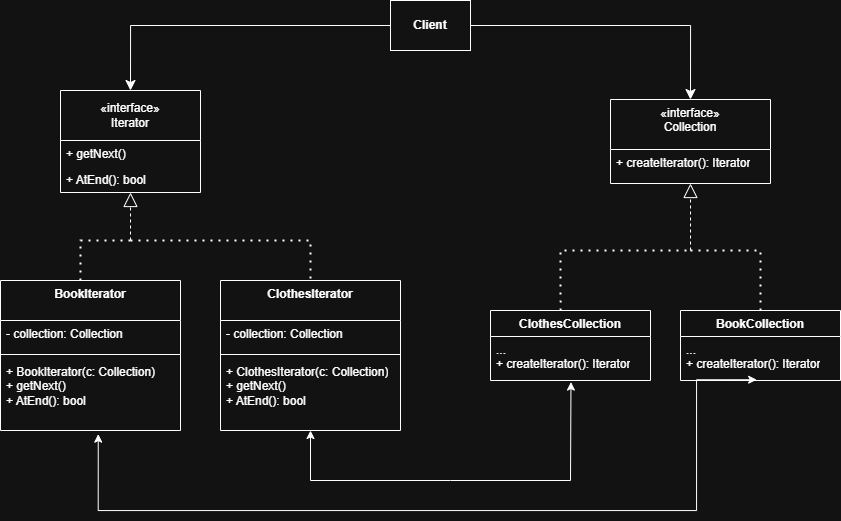
Earlier version of the draw.io export Iterator/Diagram/Iterator.drawio.png (namkiet/Seminar-CS202). Source tidied: cells renumbered, new cells last; positions are measured from the earlier drawing's top-left corner, leaving out a move shared by most shapes. Source of this version:
```xml
<mxGraphModel>
  <root>
    <mxCell id="0" />
    <mxCell id="1" parent="0" />
    <mxCell id="2" value="&lt;b&gt;Client&lt;/b&gt;" style="html=1;whiteSpace=wrap;" parent="1" vertex="1">
      <mxGeometry x="390" width="80" height="50" as="geometry" />
    </mxCell>
    <mxCell id="3" value="«interface»&lt;div&gt;Iterator&lt;/div&gt;" style="swimlane;fontStyle=0;horizontal=1;startSize=50;fillColor=none;whiteSpace=wrap;html=1;" parent="1" vertex="1">
      <mxGeometry x="60" y="90" width="140" height="102" as="geometry" />
    </mxCell>
    <mxCell id="4" value="+ getNext()" style="text;strokeColor=none;fillColor=none;align=left;verticalAlign=top;spacingLeft=4;spacingRight=4;overflow=hidden;whiteSpace=wrap;html=1;" parent="3" vertex="1">
      <mxGeometry y="50" width="140" height="26" as="geometry" />
    </mxCell>
    <mxCell id="5" value="+ AtEnd(): bool" style="text;strokeColor=none;fillColor=none;align=left;verticalAlign=top;spacingLeft=4;spacingRight=4;overflow=hidden;points=[[0,0.5],[1,0.5]];portConstraint=eastwest;whiteSpace=wrap;html=1;" parent="3" vertex="1">
      <mxGeometry y="76" width="140" height="26" as="geometry" />
    </mxCell>
    <mxCell id="6" value="&lt;span style=&quot;font-weight: 400;&quot;&gt;«interface»&lt;/span&gt;&lt;div style=&quot;font-weight: 400;&quot;&gt;Collection&lt;/div&gt;" style="swimlane;fontStyle=1;align=center;verticalAlign=top;horizontal=1;startSize=50;whiteSpace=wrap;html=1;" parent="1" vertex="1">
      <mxGeometry x="610" y="99" width="160" height="84" as="geometry" />
    </mxCell>
    <mxCell id="7" value="+ createIterator(): Iterator" style="text;strokeColor=none;fillColor=none;align=left;verticalAlign=top;spacingLeft=4;spacingRight=4;overflow=hidden;whiteSpace=wrap;html=1;" parent="6" vertex="1">
      <mxGeometry y="50" width="160" height="34" as="geometry" />
    </mxCell>
    <mxCell id="8" style="endArrow=classic;html=1;rounded=0;fontSize=12;startSize=8;endSize=8;entryX=0.5;entryY=0;entryDx=0;entryDy=0;exitX=0;exitY=0.5;exitDx=0;exitDy=0;edgeStyle=orthogonalEdgeStyle;" parent="1" edge="1" source="2" target="3">
      <mxGeometry relative="1" as="geometry" />
    </mxCell>
    <mxCell id="9" style="endArrow=classic;html=1;rounded=0;fontSize=12;startSize=8;endSize=8;entryX=0.5;entryY=0;entryDx=0;entryDy=0;exitX=1;exitY=0.5;exitDx=0;exitDy=0;edgeStyle=orthogonalEdgeStyle;" parent="1" edge="1" source="2" target="6">
      <mxGeometry relative="1" as="geometry" />
    </mxCell>
    <mxCell id="10" style="endArrow=classic;html=1;rounded=0;fontSize=12;startSize=8;endSize=8;curved=1;entryX=0.506;entryY=1.154;entryDx=0;entryDy=0;entryPerimeter=0;" parent="1" edge="1" target="5">
      <mxGeometry relative="1" as="geometry">
        <mxPoint x="131" y="196" as="sourcePoint" />
      </mxGeometry>
    </mxCell>
    <mxCell id="11" style="endArrow=block;dashed=1;endFill=0;endSize=12;html=1;rounded=0;fontSize=12;entryX=0.5;entryY=1;entryDx=0;entryDy=0;" parent="1" edge="1" target="6">
      <mxGeometry relative="1" as="geometry">
        <mxPoint x="690" y="250" as="sourcePoint" />
      </mxGeometry>
    </mxCell>
    <mxCell id="12" value="&lt;div style=&quot;&quot;&gt;BookIterator&lt;/div&gt;" style="swimlane;fontStyle=1;align=center;verticalAlign=top;horizontal=1;startSize=40;whiteSpace=wrap;html=1;" parent="1" vertex="1">
      <mxGeometry y="280" width="180" height="150" as="geometry" />
    </mxCell>
    <mxCell id="13" value="- collection: Collection" style="text;strokeColor=none;fillColor=none;align=left;verticalAlign=top;spacingLeft=4;spacingRight=4;overflow=hidden;whiteSpace=wrap;html=1;" parent="12" vertex="1">
      <mxGeometry y="40" width="180" height="30" as="geometry" />
    </mxCell>
    <mxCell id="14" style="line;strokeWidth=1;fillColor=none;align=left;verticalAlign=middle;spacingTop=-1;spacingLeft=3;spacingRight=3;labelPosition=right;strokeColor=inherit;" parent="12" vertex="1">
      <mxGeometry y="70" width="180" height="8" as="geometry" />
    </mxCell>
    <mxCell id="15" value="+ BookIterator(c: Collection)&lt;div&gt;+ getNext()&lt;/div&gt;&lt;div&gt;+ AtEnd(): bool&lt;/div&gt;" style="text;strokeColor=none;fillColor=none;align=left;verticalAlign=top;spacingLeft=4;spacingRight=4;overflow=hidden;points=[[0,0.5],[1,0.5]];portConstraint=eastwest;whiteSpace=wrap;html=1;" parent="12" vertex="1">
      <mxGeometry y="78" width="180" height="72" as="geometry" />
    </mxCell>
    <mxCell id="16" value="BookCollection" style="swimlane;fontStyle=1;align=center;verticalAlign=top;horizontal=1;startSize=26;whiteSpace=wrap;html=1;" parent="1" vertex="1">
      <mxGeometry x="680" y="310" width="160" height="70" as="geometry" />
    </mxCell>
    <mxCell id="17" value="&lt;div&gt;...&lt;/div&gt;+ createIterator(): Iterator" style="text;strokeColor=none;fillColor=none;align=left;verticalAlign=top;spacingLeft=4;spacingRight=4;overflow=hidden;points=[[0,0.5],[1,0.5]];portConstraint=eastwest;whiteSpace=wrap;html=1;" parent="16" vertex="1">
      <mxGeometry y="26" width="160" height="44" as="geometry" />
    </mxCell>
    <mxCell id="18" value="&lt;div style=&quot;&quot;&gt;ClothesIterator&lt;/div&gt;" style="swimlane;fontStyle=1;align=center;verticalAlign=top;horizontal=1;startSize=40;whiteSpace=wrap;html=1;" parent="1" vertex="1">
      <mxGeometry x="220" y="280" width="180" height="150" as="geometry" />
    </mxCell>
    <mxCell id="19" value="- collection: Collection" style="text;strokeColor=none;fillColor=none;align=left;verticalAlign=top;spacingLeft=4;spacingRight=4;overflow=hidden;whiteSpace=wrap;html=1;" parent="18" vertex="1">
      <mxGeometry y="40" width="180" height="30" as="geometry" />
    </mxCell>
    <mxCell id="20" style="line;strokeWidth=1;fillColor=none;align=left;verticalAlign=middle;spacingTop=-1;spacingLeft=3;spacingRight=3;labelPosition=right;strokeColor=inherit;" parent="18" vertex="1">
      <mxGeometry y="70" width="180" height="8" as="geometry" />
    </mxCell>
    <mxCell id="21" value="+ ClothesIterator(c: Collection)&lt;div&gt;+ getNext()&lt;/div&gt;&lt;div&gt;+ AtEnd(): bool&lt;/div&gt;" style="text;strokeColor=none;fillColor=none;align=left;verticalAlign=top;spacingLeft=4;spacingRight=4;overflow=hidden;points=[[0,0.5],[1,0.5]];portConstraint=eastwest;whiteSpace=wrap;html=1;" parent="18" vertex="1">
      <mxGeometry y="78" width="180" height="72" as="geometry" />
    </mxCell>
    <mxCell id="22" style="endArrow=classic;startArrow=classic;html=1;rounded=0;exitX=0.543;exitY=1.05;exitDx=0;exitDy=0;exitPerimeter=0;entryX=0.476;entryY=0.982;entryDx=0;entryDy=0;entryPerimeter=0;edgeStyle=orthogonalEdgeStyle;" parent="1" edge="1" source="15" target="17">
      <mxGeometry relative="1" as="geometry">
        <Array as="points">
          <mxPoint x="98" y="510" />
          <mxPoint x="696" y="510" />
          <mxPoint x="696" y="379" />
        </Array>
      </mxGeometry>
    </mxCell>
    <mxCell id="23" value="ClothesCollection" style="swimlane;fontStyle=1;align=center;verticalAlign=top;horizontal=1;startSize=26;whiteSpace=wrap;html=1;" parent="1" vertex="1">
      <mxGeometry x="490" y="310" width="160" height="70" as="geometry" />
    </mxCell>
    <mxCell id="24" value="&lt;div&gt;...&lt;/div&gt;+ createIterator(): Iterator" style="text;strokeColor=none;fillColor=none;align=left;verticalAlign=top;spacingLeft=4;spacingRight=4;overflow=hidden;points=[[0,0.5],[1,0.5]];portConstraint=eastwest;whiteSpace=wrap;html=1;" parent="23" vertex="1">
      <mxGeometry y="26" width="160" height="44" as="geometry" />
    </mxCell>
    <mxCell id="25" style="endArrow=block;dashed=1;endFill=0;endSize=12;html=1;rounded=0;fontSize=12;entryX=0.5;entryY=1;entryDx=0;entryDy=0;" parent="1" edge="1">
      <mxGeometry relative="1" as="geometry">
        <mxPoint x="130" y="240" as="sourcePoint" />
        <mxPoint x="130" y="192" as="targetPoint" />
      </mxGeometry>
    </mxCell>
    <mxCell id="26" style="endArrow=none;dashed=1;html=1;dashPattern=1 3;strokeWidth=2;rounded=0;entryX=0.5;entryY=0;entryDx=0;entryDy=0;" parent="1" edge="1" target="18">
      <mxGeometry relative="1" as="geometry">
        <mxPoint x="130" y="240" as="sourcePoint" />
        <Array as="points">
          <mxPoint x="310" y="240" />
        </Array>
      </mxGeometry>
    </mxCell>
    <mxCell id="27" style="endArrow=none;dashed=1;html=1;dashPattern=1 3;strokeWidth=2;rounded=0;exitX=0.444;exitY=0;exitDx=0;exitDy=0;exitPerimeter=0;" parent="1" edge="1" source="12">
      <mxGeometry relative="1" as="geometry">
        <mxPoint x="130" y="240" as="targetPoint" />
        <Array as="points">
          <mxPoint x="80" y="240" />
        </Array>
      </mxGeometry>
    </mxCell>
    <mxCell id="28" style="endArrow=none;dashed=1;html=1;dashPattern=1 3;strokeWidth=2;rounded=0;exitX=0.438;exitY=0;exitDx=0;exitDy=0;exitPerimeter=0;" parent="1" edge="1" source="23">
      <mxGeometry relative="1" as="geometry">
        <mxPoint x="690" y="250" as="targetPoint" />
        <Array as="points">
          <mxPoint x="560" y="250" />
        </Array>
      </mxGeometry>
    </mxCell>
    <mxCell id="29" style="endArrow=none;dashed=1;html=1;dashPattern=1 3;strokeWidth=2;rounded=0;entryX=0.5;entryY=0;entryDx=0;entryDy=0;" parent="1" edge="1" target="16">
      <mxGeometry relative="1" as="geometry">
        <mxPoint x="690" y="250" as="sourcePoint" />
        <Array as="points">
          <mxPoint x="760" y="250" />
        </Array>
      </mxGeometry>
    </mxCell>
    <mxCell id="30" style="endArrow=classic;startArrow=classic;html=1;rounded=0;exitX=0.5;exitY=1;exitDx=0;exitDy=0;exitPerimeter=0;entryX=0.503;entryY=1.036;entryDx=0;entryDy=0;entryPerimeter=0;" parent="1" edge="1" source="21" target="24">
      <mxGeometry relative="1" as="geometry">
        <Array as="points">
          <mxPoint x="310" y="480" />
          <mxPoint x="450" y="480" />
          <mxPoint x="570" y="480" />
        </Array>
      </mxGeometry>
    </mxCell>
  </root>
</mxGraphModel>
```
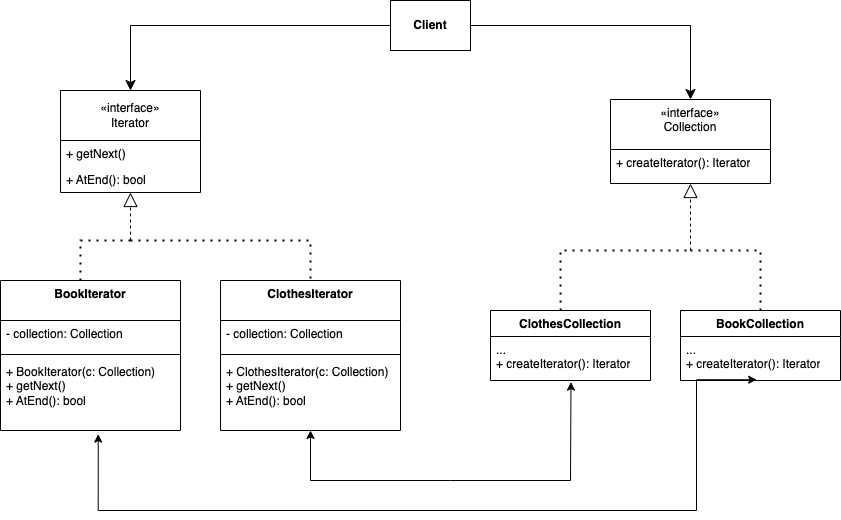
After the change.

The edit, as a diff of the source:
```diff
@@ -1,23 +1,23 @@
-<mxGraphModel>
+<mxGraphModel background="#ffffff">
   <root>
     <mxCell id="0" />
     <mxCell id="1" parent="0" />
     <mxCell id="2" value="&lt;b&gt;Client&lt;/b&gt;" style="html=1;whiteSpace=wrap;" parent="1" vertex="1">
       <mxGeometry x="390" width="80" height="50" as="geometry" />
     </mxCell>
-    <mxCell id="3" value="«interface»&lt;div&gt;Iterator&lt;/div&gt;" style="swimlane;fontStyle=0;horizontal=1;startSize=50;fillColor=none;whiteSpace=wrap;html=1;" parent="1" vertex="1">
+    <mxCell id="3" value="«interface»&lt;div&gt;Iterator&lt;/div&gt;" style="swimlane;fontStyle=0;horizontal=1;startSize=50;whiteSpace=wrap;html=1;" parent="1" vertex="1">
       <mxGeometry x="60" y="90" width="140" height="102" as="geometry" />
     </mxCell>
-    <mxCell id="4" value="+ getNext()" style="text;strokeColor=none;fillColor=none;align=left;verticalAlign=top;spacingLeft=4;spacingRight=4;overflow=hidden;whiteSpace=wrap;html=1;" parent="3" vertex="1">
+    <mxCell id="4" value="+ getNext()" style="text;align=left;verticalAlign=top;spacingLeft=4;spacingRight=4;overflow=hidden;whiteSpace=wrap;html=1;" parent="3" vertex="1">
       <mxGeometry y="50" width="140" height="26" as="geometry" />
     </mxCell>
-    <mxCell id="5" value="+ AtEnd(): bool" style="text;strokeColor=none;fillColor=none;align=left;verticalAlign=top;spacingLeft=4;spacingRight=4;overflow=hidden;points=[[0,0.5],[1,0.5]];portConstraint=eastwest;whiteSpace=wrap;html=1;" parent="3" vertex="1">
+    <mxCell id="5" value="+ AtEnd(): bool" style="text;align=left;verticalAlign=top;spacingLeft=4;spacingRight=4;overflow=hidden;points=[[0,0.5],[1,0.5]];portConstraint=eastwest;whiteSpace=wrap;html=1;" parent="3" vertex="1">
       <mxGeometry y="76" width="140" height="26" as="geometry" />
     </mxCell>
     <mxCell id="6" value="&lt;span style=&quot;font-weight: 400;&quot;&gt;«interface»&lt;/span&gt;&lt;div style=&quot;font-weight: 400;&quot;&gt;Collection&lt;/div&gt;" style="swimlane;fontStyle=1;align=center;verticalAlign=top;horizontal=1;startSize=50;whiteSpace=wrap;html=1;" parent="1" vertex="1">
       <mxGeometry x="610" y="99" width="160" height="84" as="geometry" />
     </mxCell>
-    <mxCell id="7" value="+ createIterator(): Iterator" style="text;strokeColor=none;fillColor=none;align=left;verticalAlign=top;spacingLeft=4;spacingRight=4;overflow=hidden;whiteSpace=wrap;html=1;" parent="6" vertex="1">
+    <mxCell id="7" value="+ createIterator(): Iterator" style="text;align=left;verticalAlign=top;spacingLeft=4;spacingRight=4;overflow=hidden;whiteSpace=wrap;html=1;" parent="6" vertex="1">
       <mxGeometry y="50" width="160" height="34" as="geometry" />
     </mxCell>
     <mxCell id="8" style="endArrow=classic;html=1;rounded=0;fontSize=12;startSize=8;endSize=8;entryX=0.5;entryY=0;entryDx=0;entryDy=0;exitX=0;exitY=0.5;exitDx=0;exitDy=0;edgeStyle=orthogonalEdgeStyle;" parent="1" edge="1" source="2" target="3">
@@ -39,31 +39,31 @@
     <mxCell id="12" value="&lt;div style=&quot;&quot;&gt;BookIterator&lt;/div&gt;" style="swimlane;fontStyle=1;align=center;verticalAlign=top;horizontal=1;startSize=40;whiteSpace=wrap;html=1;" parent="1" vertex="1">
       <mxGeometry y="280" width="180" height="150" as="geometry" />
     </mxCell>
-    <mxCell id="13" value="- collection: Collection" style="text;strokeColor=none;fillColor=none;align=left;verticalAlign=top;spacingLeft=4;spacingRight=4;overflow=hidden;whiteSpace=wrap;html=1;" parent="12" vertex="1">
+    <mxCell id="13" value="- collection: Collection" style="text;align=left;verticalAlign=top;spacingLeft=4;spacingRight=4;overflow=hidden;whiteSpace=wrap;html=1;" parent="12" vertex="1">
       <mxGeometry y="40" width="180" height="30" as="geometry" />
     </mxCell>
-    <mxCell id="14" style="line;strokeWidth=1;fillColor=none;align=left;verticalAlign=middle;spacingTop=-1;spacingLeft=3;spacingRight=3;labelPosition=right;strokeColor=inherit;" parent="12" vertex="1">
+    <mxCell id="14" style="line;strokeWidth=1;align=left;verticalAlign=middle;spacingTop=-1;spacingLeft=3;spacingRight=3;labelPosition=right;" parent="12" vertex="1">
       <mxGeometry y="70" width="180" height="8" as="geometry" />
     </mxCell>
-    <mxCell id="15" value="+ BookIterator(c: Collection)&lt;div&gt;+ getNext()&lt;/div&gt;&lt;div&gt;+ AtEnd(): bool&lt;/div&gt;" style="text;strokeColor=none;fillColor=none;align=left;verticalAlign=top;spacingLeft=4;spacingRight=4;overflow=hidden;points=[[0,0.5],[1,0.5]];portConstraint=eastwest;whiteSpace=wrap;html=1;" parent="12" vertex="1">
+    <mxCell id="15" value="+ BookIterator(c: Collection)&lt;div&gt;+ getNext()&lt;/div&gt;&lt;div&gt;+ AtEnd(): bool&lt;/div&gt;" style="text;align=left;verticalAlign=top;spacingLeft=4;spacingRight=4;overflow=hidden;points=[[0,0.5],[1,0.5]];portConstraint=eastwest;whiteSpace=wrap;html=1;" parent="12" vertex="1">
       <mxGeometry y="78" width="180" height="72" as="geometry" />
     </mxCell>
     <mxCell id="16" value="BookCollection" style="swimlane;fontStyle=1;align=center;verticalAlign=top;horizontal=1;startSize=26;whiteSpace=wrap;html=1;" parent="1" vertex="1">
       <mxGeometry x="680" y="310" width="160" height="70" as="geometry" />
     </mxCell>
-    <mxCell id="17" value="&lt;div&gt;...&lt;/div&gt;+ createIterator(): Iterator" style="text;strokeColor=none;fillColor=none;align=left;verticalAlign=top;spacingLeft=4;spacingRight=4;overflow=hidden;points=[[0,0.5],[1,0.5]];portConstraint=eastwest;whiteSpace=wrap;html=1;" parent="16" vertex="1">
+    <mxCell id="17" value="&lt;div&gt;...&lt;/div&gt;+ createIterator(): Iterator" style="text;align=left;verticalAlign=top;spacingLeft=4;spacingRight=4;overflow=hidden;points=[[0,0.5],[1,0.5]];portConstraint=eastwest;whiteSpace=wrap;html=1;" parent="16" vertex="1">
       <mxGeometry y="26" width="160" height="44" as="geometry" />
     </mxCell>
     <mxCell id="18" value="&lt;div style=&quot;&quot;&gt;ClothesIterator&lt;/div&gt;" style="swimlane;fontStyle=1;align=center;verticalAlign=top;horizontal=1;startSize=40;whiteSpace=wrap;html=1;" parent="1" vertex="1">
       <mxGeometry x="220" y="280" width="180" height="150" as="geometry" />
     </mxCell>
-    <mxCell id="19" value="- collection: Collection" style="text;strokeColor=none;fillColor=none;align=left;verticalAlign=top;spacingLeft=4;spacingRight=4;overflow=hidden;whiteSpace=wrap;html=1;" parent="18" vertex="1">
+    <mxCell id="19" value="- collection: Collection" style="text;align=left;verticalAlign=top;spacingLeft=4;spacingRight=4;overflow=hidden;whiteSpace=wrap;html=1;" parent="18" vertex="1">
       <mxGeometry y="40" width="180" height="30" as="geometry" />
     </mxCell>
-    <mxCell id="20" style="line;strokeWidth=1;fillColor=none;align=left;verticalAlign=middle;spacingTop=-1;spacingLeft=3;spacingRight=3;labelPosition=right;strokeColor=inherit;" parent="18" vertex="1">
+    <mxCell id="20" style="line;strokeWidth=1;align=left;verticalAlign=middle;spacingTop=-1;spacingLeft=3;spacingRight=3;labelPosition=right;" parent="18" vertex="1">
       <mxGeometry y="70" width="180" height="8" as="geometry" />
     </mxCell>
-    <mxCell id="21" value="+ ClothesIterator(c: Collection)&lt;div&gt;+ getNext()&lt;/div&gt;&lt;div&gt;+ AtEnd(): bool&lt;/div&gt;" style="text;strokeColor=none;fillColor=none;align=left;verticalAlign=top;spacingLeft=4;spacingRight=4;overflow=hidden;points=[[0,0.5],[1,0.5]];portConstraint=eastwest;whiteSpace=wrap;html=1;" parent="18" vertex="1">
+    <mxCell id="21" value="+ ClothesIterator(c: Collection)&lt;div&gt;+ getNext()&lt;/div&gt;&lt;div&gt;+ AtEnd(): bool&lt;/div&gt;" style="text;align=left;verticalAlign=top;spacingLeft=4;spacingRight=4;overflow=hidden;points=[[0,0.5],[1,0.5]];portConstraint=eastwest;whiteSpace=wrap;html=1;" parent="18" vertex="1">
       <mxGeometry y="78" width="180" height="72" as="geometry" />
     </mxCell>
     <mxCell id="22" style="endArrow=classic;startArrow=classic;html=1;rounded=0;exitX=0.543;exitY=1.05;exitDx=0;exitDy=0;exitPerimeter=0;entryX=0.476;entryY=0.982;entryDx=0;entryDy=0;entryPerimeter=0;edgeStyle=orthogonalEdgeStyle;" parent="1" edge="1" source="15" target="17">
@@ -78,7 +78,7 @@
     <mxCell id="23" value="ClothesCollection" style="swimlane;fontStyle=1;align=center;verticalAlign=top;horizontal=1;startSize=26;whiteSpace=wrap;html=1;" parent="1" vertex="1">
       <mxGeometry x="490" y="310" width="160" height="70" as="geometry" />
     </mxCell>
-    <mxCell id="24" value="&lt;div&gt;...&lt;/div&gt;+ createIterator(): Iterator" style="text;strokeColor=none;fillColor=none;align=left;verticalAlign=top;spacingLeft=4;spacingRight=4;overflow=hidden;points=[[0,0.5],[1,0.5]];portConstraint=eastwest;whiteSpace=wrap;html=1;" parent="23" vertex="1">
+    <mxCell id="24" value="&lt;div&gt;...&lt;/div&gt;+ createIterator(): Iterator" style="text;align=left;verticalAlign=top;spacingLeft=4;spacingRight=4;overflow=hidden;points=[[0,0.5],[1,0.5]];portConstraint=eastwest;whiteSpace=wrap;html=1;" parent="23" vertex="1">
       <mxGeometry y="26" width="160" height="44" as="geometry" />
     </mxCell>
     <mxCell id="25" style="endArrow=block;dashed=1;endFill=0;endSize=12;html=1;rounded=0;fontSize=12;entryX=0.5;entryY=1;entryDx=0;entryDy=0;" parent="1" edge="1">
```
